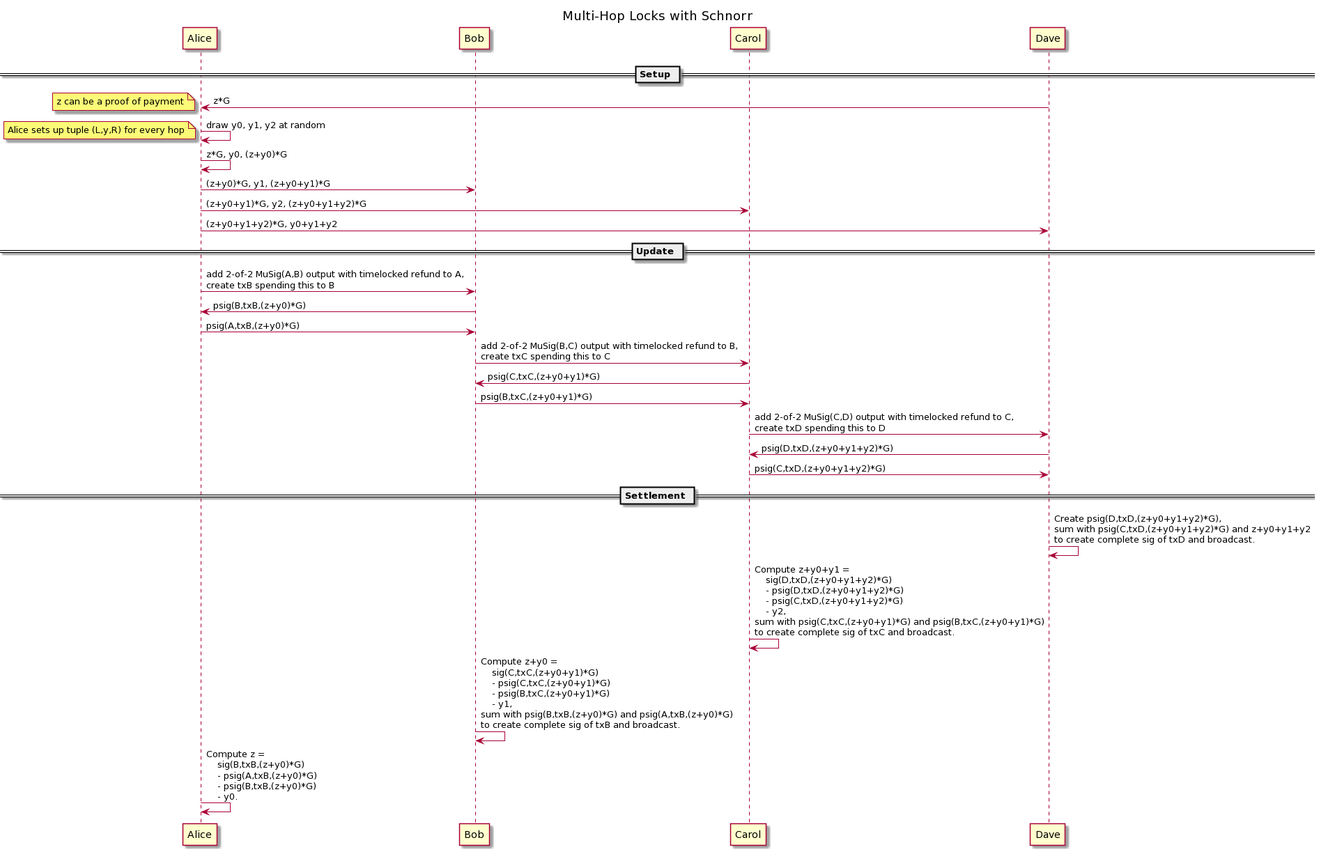
The PlantUML diagram md/images/multi-hop-locks.png in BlockstreamResearch/scriptless-scripts, before a commit.
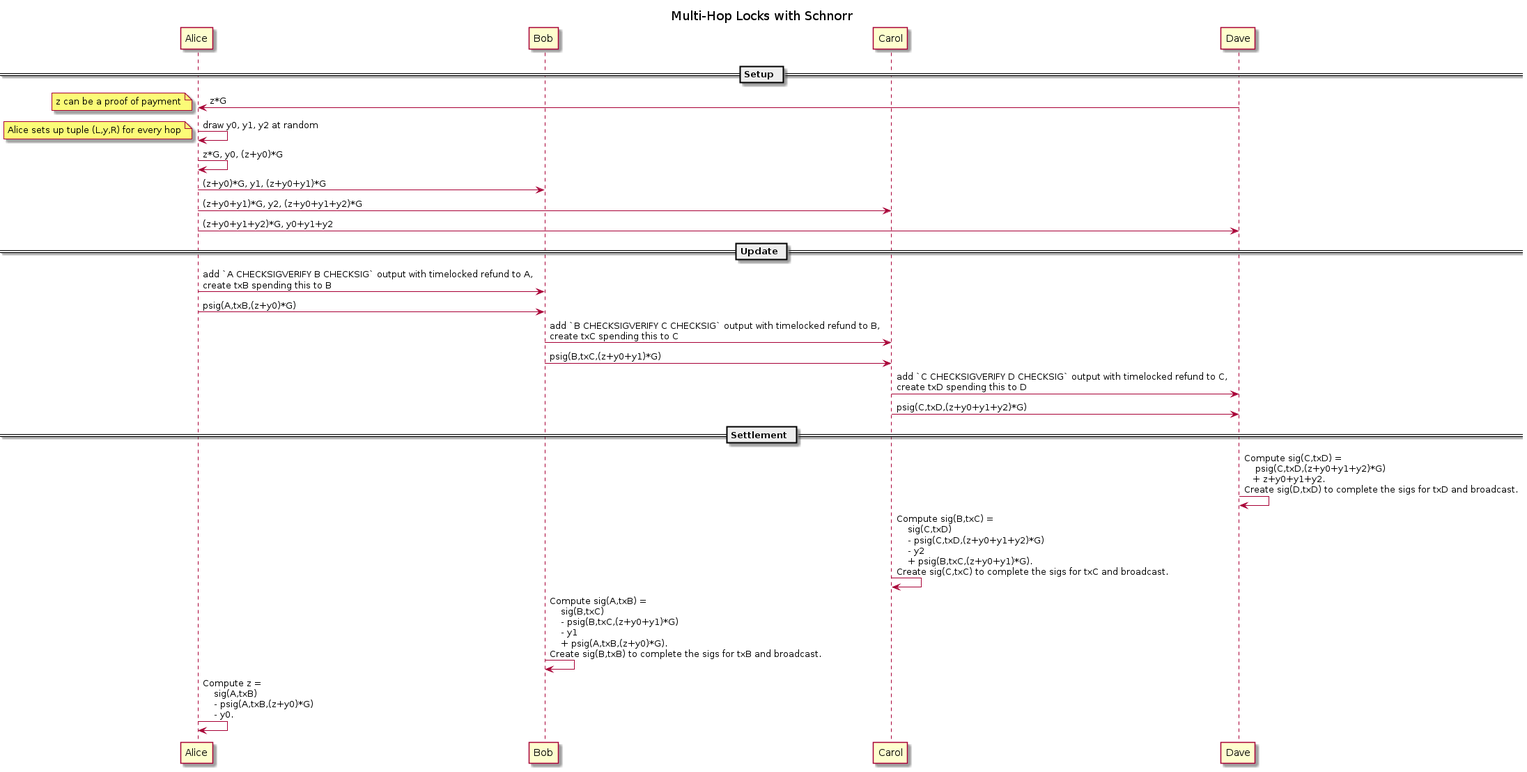
The same diagram one commit later.

Commit message:
multi-hop-locks: switch to single signer adaptors to save 0.5 RT

Diff of the diagram source:
```diff
@@ -22,20 +22,18 @@
 
 == Update ==
 
-Alice->Bob  : add 2-of-2 MuSig(A,B) output with timelocked refund to A,\ncreate txB spending this to B
-Bob->Alice  : psig(B,txB,(z+y0)*G)
+Alice->Bob  : add `A CHECKSIGVERIFY B CHECKSIG` output with timelocked refund to A,\ncreate txB spending this to B
 Alice->Bob  : psig(A,txB,(z+y0)*G)
-Bob->Carol  : add 2-of-2 MuSig(B,C) output with timelocked refund to B,\ncreate txC spending this to C
-Carol->Bob  : psig(C,txC,(z+y0+y1)*G)
+Bob->Carol  : add `B CHECKSIGVERIFY C CHECKSIG` output with timelocked refund to B,\ncreate txC spending this to C
 Bob->Carol  : psig(B,txC,(z+y0+y1)*G)
-Carol->Dave : add 2-of-2 MuSig(C,D) output with timelocked refund to C,\ncreate txD spending this to D
-Dave->Carol : psig(D,txD,(z+y0+y1+y2)*G)
+Carol->Dave : add `C CHECKSIGVERIFY D CHECKSIG` output with timelocked refund to C,\ncreate txD spending this to D
 Carol->Dave : psig(C,txD,(z+y0+y1+y2)*G)
 
 == Settlement ==
 
-Dave->Dave   : Create psig(D,txD,(z+y0+y1+y2)*G),\nsum with psig(C,txD,(z+y0+y1+y2)*G) and z+y0+y1+y2\nto create complete sig of txD and broadcast.
-Carol->Carol : Compute z+y0+y1 =\n    sig(D,txD,(z+y0+y1+y2)*G)\n    - psig(D,txD,(z+y0+y1+y2)*G)\n    - psig(C,txD,(z+y0+y1+y2)*G) \n    - y2,\nsum with psig(C,txC,(z+y0+y1)*G) and psig(B,txC,(z+y0+y1)*G)\nto create complete sig of txC and broadcast.
-Bob->Bob     : Compute z+y0 =\n    sig(C,txC,(z+y0+y1)*G)\n    - psig(C,txC,(z+y0+y1)*G)\n    - psig(B,txC,(z+y0+y1)*G)\n    - y1,\nsum with psig(B,txB,(z+y0)*G) and psig(A,txB,(z+y0)*G)\nto create complete sig of txB and broadcast.
-Alice->Alice : Compute z =\n    sig(B,txB,(z+y0)*G)\n    - psig(A,txB,(z+y0)*G)\n    - psig(B,txB,(z+y0)*G)\n    - y0.
+Dave->Dave   : Compute sig(C,txD) =\n    psig(C,txD,(z+y0+y1+y2)*G)\n   + z+y0+y1+y2.\nCreate sig(D,txD) to complete the sigs for txD and broadcast.
+Carol->Carol : Compute sig(B,txC) =\n    sig(C,txD)\n    - psig(C,txD,(z+y0+y1+y2)*G) \n    - y2\n    + psig(B,txC,(z+y0+y1)*G).\nCreate sig(C,txC) to complete the sigs for txC and broadcast.
+Bob->Bob     : Compute sig(A,txB) =\n    sig(B,txC)\n    - psig(B,txC,(z+y0+y1)*G)\n    - y1\n    + psig(A,txB,(z+y0)*G).\nCreate sig(B,txB) to complete the sigs for txB and broadcast.
+Alice->Alice : Compute z =\n    sig(A,txB)\n    - psig(A,txB,(z+y0)*G)\n    - y0.
+
 @enduml
```
